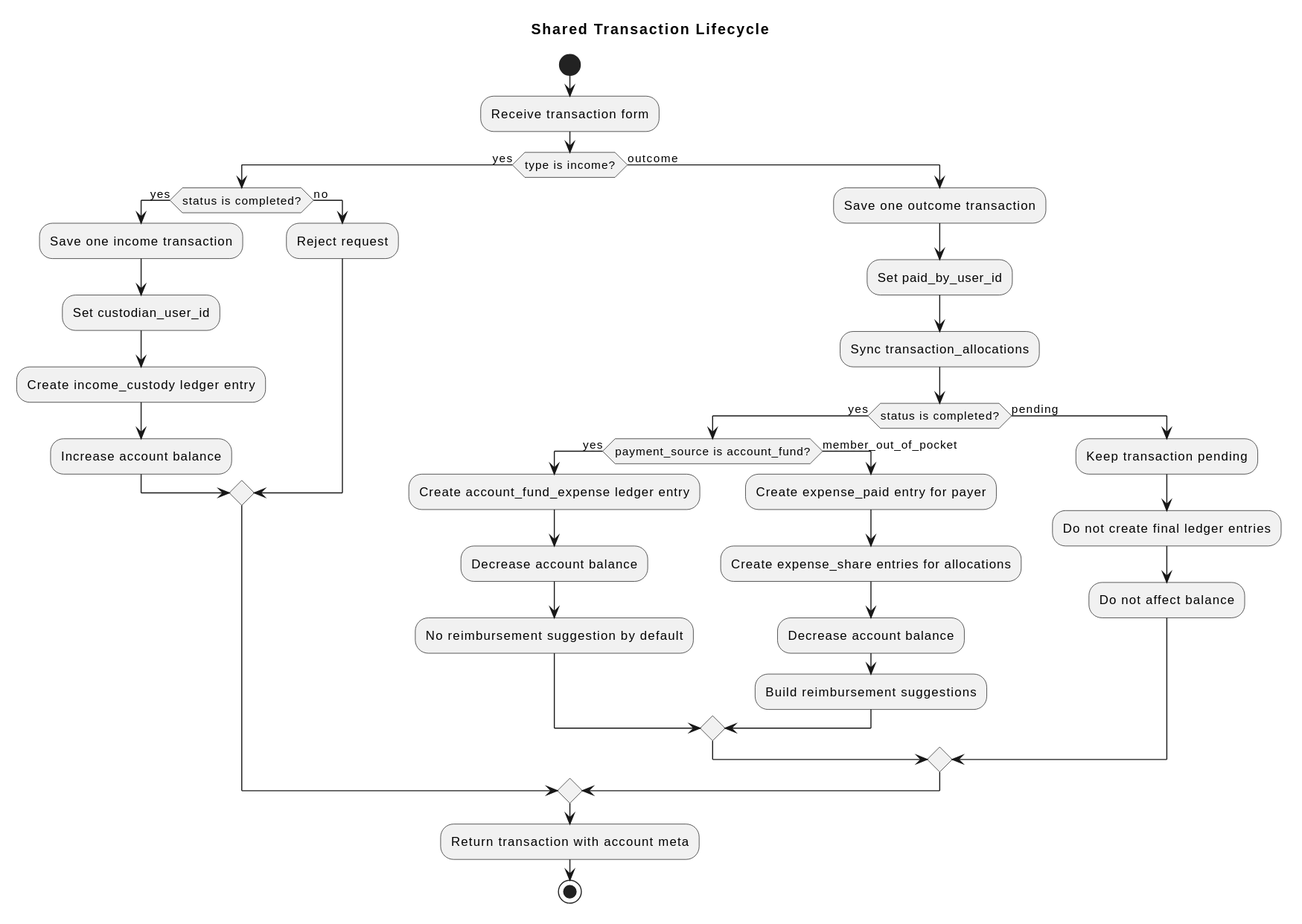
javleds/simple_finances keeps this PlantUML diagram as docs/diagrams/shared-transaction-lifecycle.svg. Above is the earlier version.
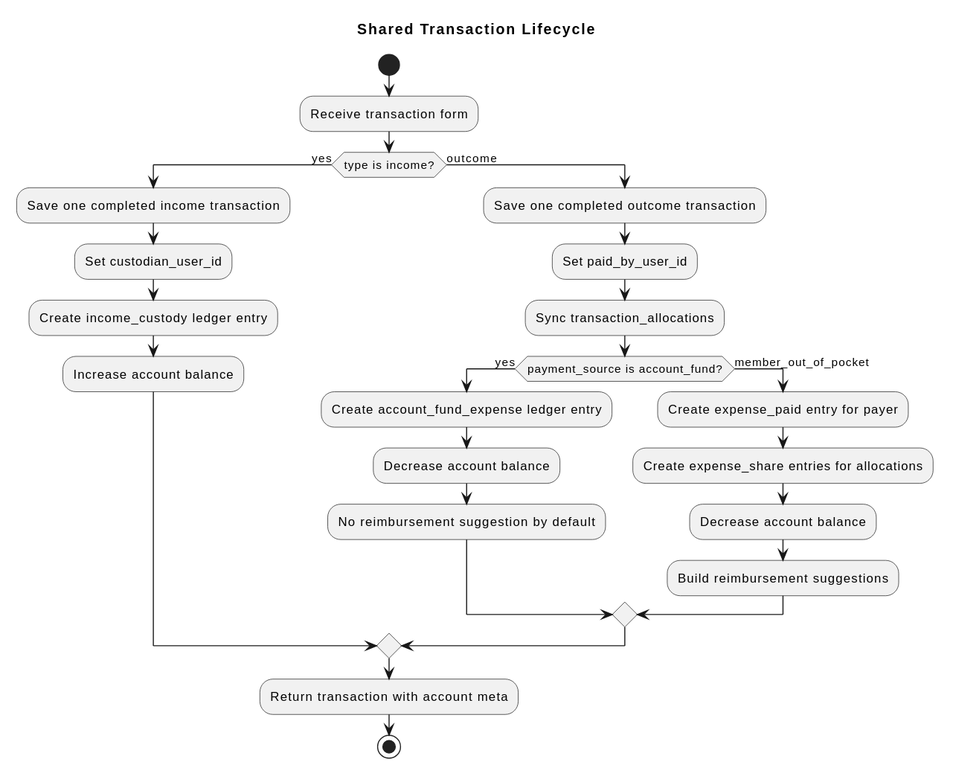
Later version of the same file.

Change to the diagram source:
```diff
@@ -5,34 +5,24 @@
 :Receive transaction form;
 
 if (type is income?) then (yes)
-  if (status is completed?) then (yes)
-    :Save one income transaction;
-    :Set custodian_user_id;
-    :Create income_custody ledger entry;
-    :Increase account balance;
-  else (no)
-    :Reject request;
-  endif
+  :Save one completed income transaction;
+  :Set custodian_user_id;
+  :Create income_custody ledger entry;
+  :Increase account balance;
 else (outcome)
-  :Save one outcome transaction;
+  :Save one completed outcome transaction;
   :Set paid_by_user_id;
   :Sync transaction_allocations;
 
-  if (status is completed?) then (yes)
-    if (payment_source is account_fund?) then (yes)
-      :Create account_fund_expense ledger entry;
-      :Decrease account balance;
-      :No reimbursement suggestion by default;
-    else (member_out_of_pocket)
-      :Create expense_paid entry for payer;
-      :Create expense_share entries for allocations;
-      :Decrease account balance;
-      :Build reimbursement suggestions;
-    endif
-  else (pending)
-    :Keep transaction pending;
-    :Do not create final ledger entries;
-    :Do not affect balance;
+  if (payment_source is account_fund?) then (yes)
+    :Create account_fund_expense ledger entry;
+    :Decrease account balance;
+    :No reimbursement suggestion by default;
+  else (member_out_of_pocket)
+    :Create expense_paid entry for payer;
+    :Create expense_share entries for allocations;
+    :Decrease account balance;
+    :Build reimbursement suggestions;
   endif
 endif
 
```
